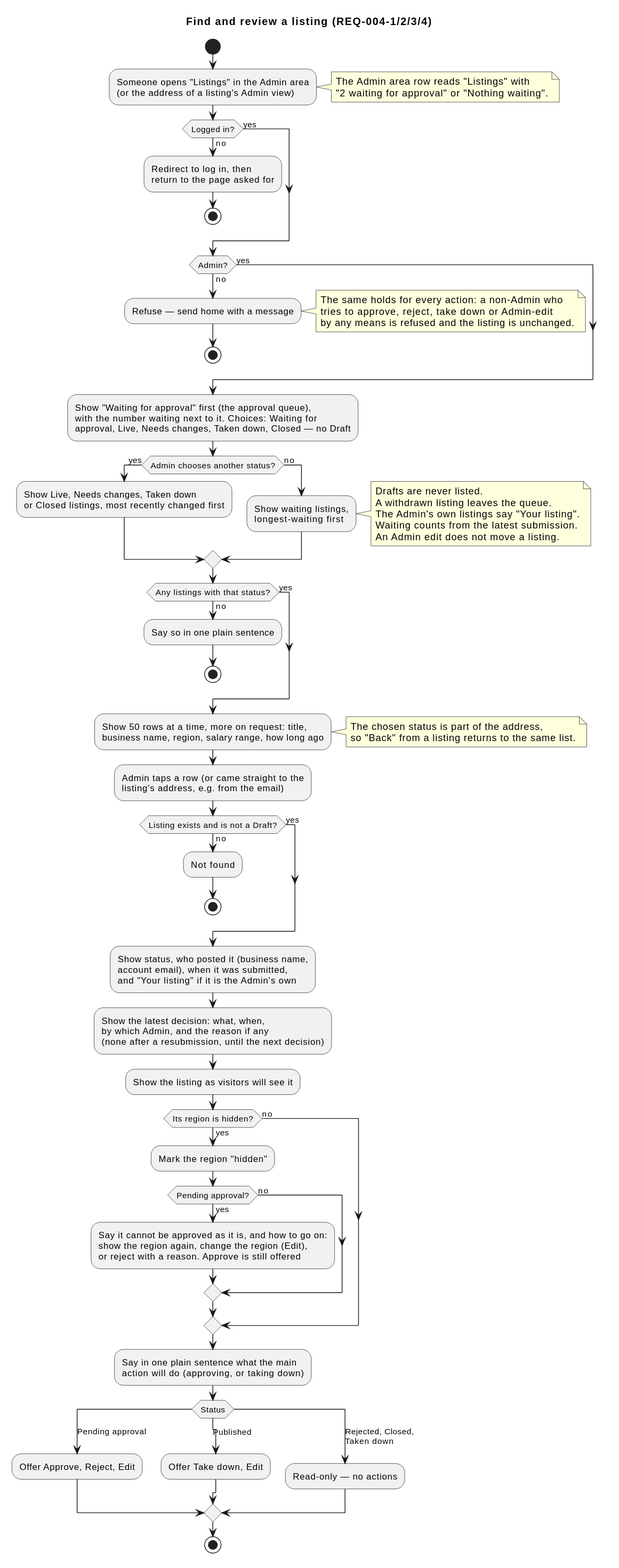
raseniero/jairojobs-elixir keeps this PlantUML diagram as docs/specs/004-listings-admin-moderation/diagrams/activity-find-and-review.svg. Above is the earlier version.
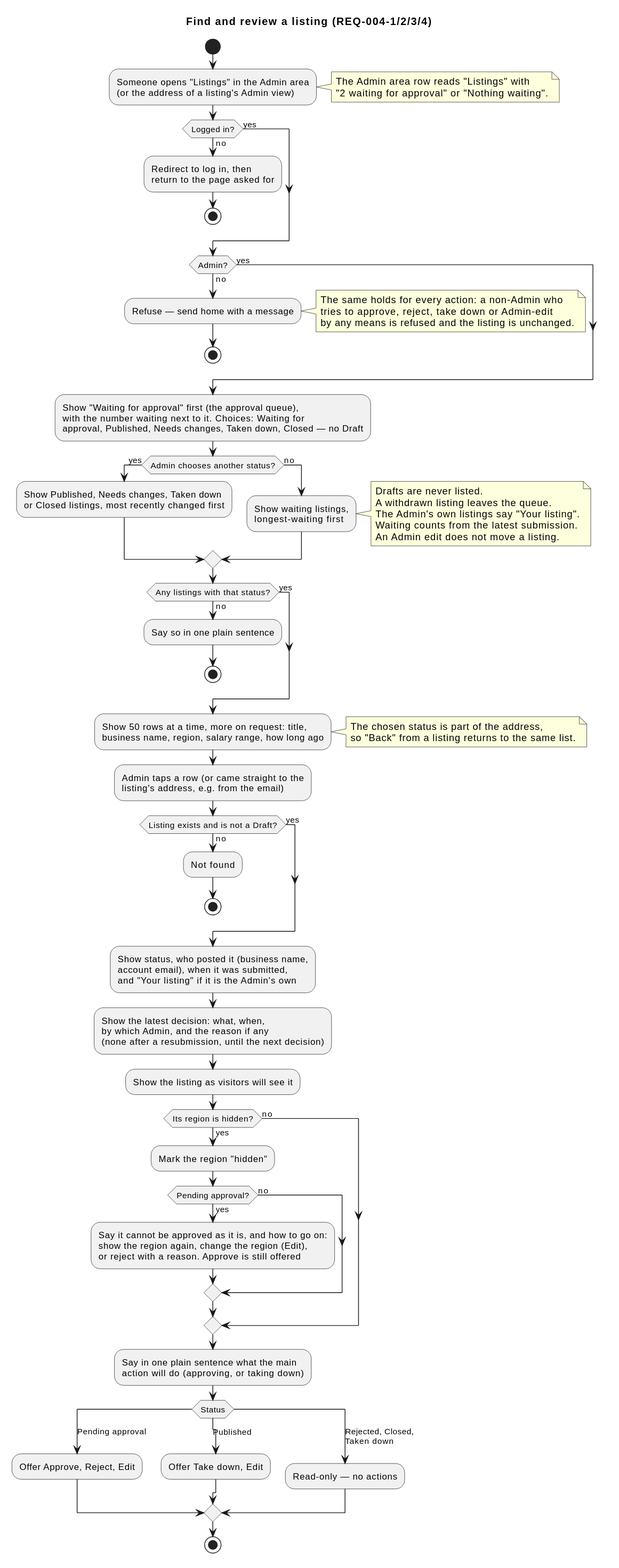
The same diagram one commit later.

Change to the diagram source:
```diff
@@ -26,9 +26,9 @@
 endif
 :Show "Waiting for approval" first (the approval queue),
 with the number waiting next to it. Choices: Waiting for
-approval, Live, Needs changes, Taken down, Closed — no Draft;
+approval, Published, Needs changes, Taken down, Closed — no Draft;
 if (Admin chooses another status?) then (yes)
-  :Show Live, Needs changes, Taken down
+  :Show Published, Needs changes, Taken down
   or Closed listings, most recently changed first;
 else (no)
   :Show waiting listings,
```
